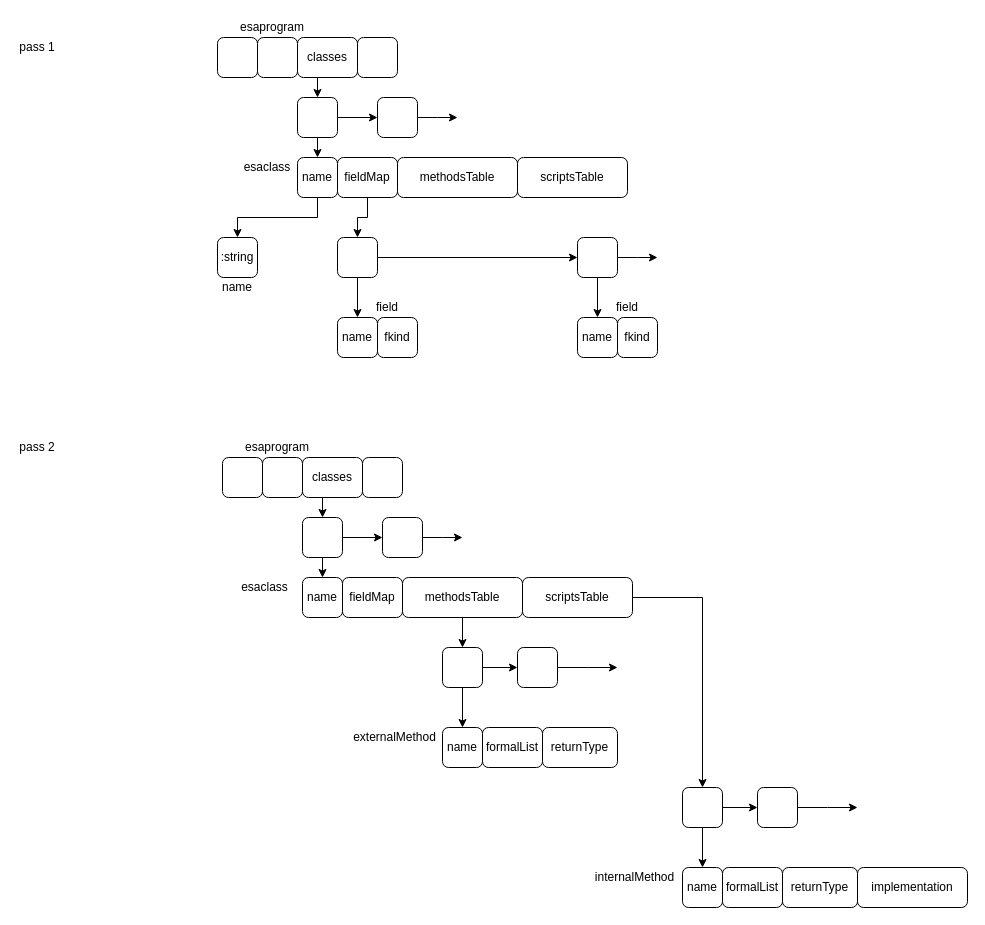
The draw.io diagram build_process/esa-transpiler/exprtypes.drawio in bmfbp/bmfbp, before the edit. Source tidied: cells renumbered, new cells numbered last; positions are measured from the earlier drawing's top-left corner, leaving out a move shared by most shapes. Both pictures are drawn from the tidied source at 100%, with x=0, y=0 at pixel (17, 17).
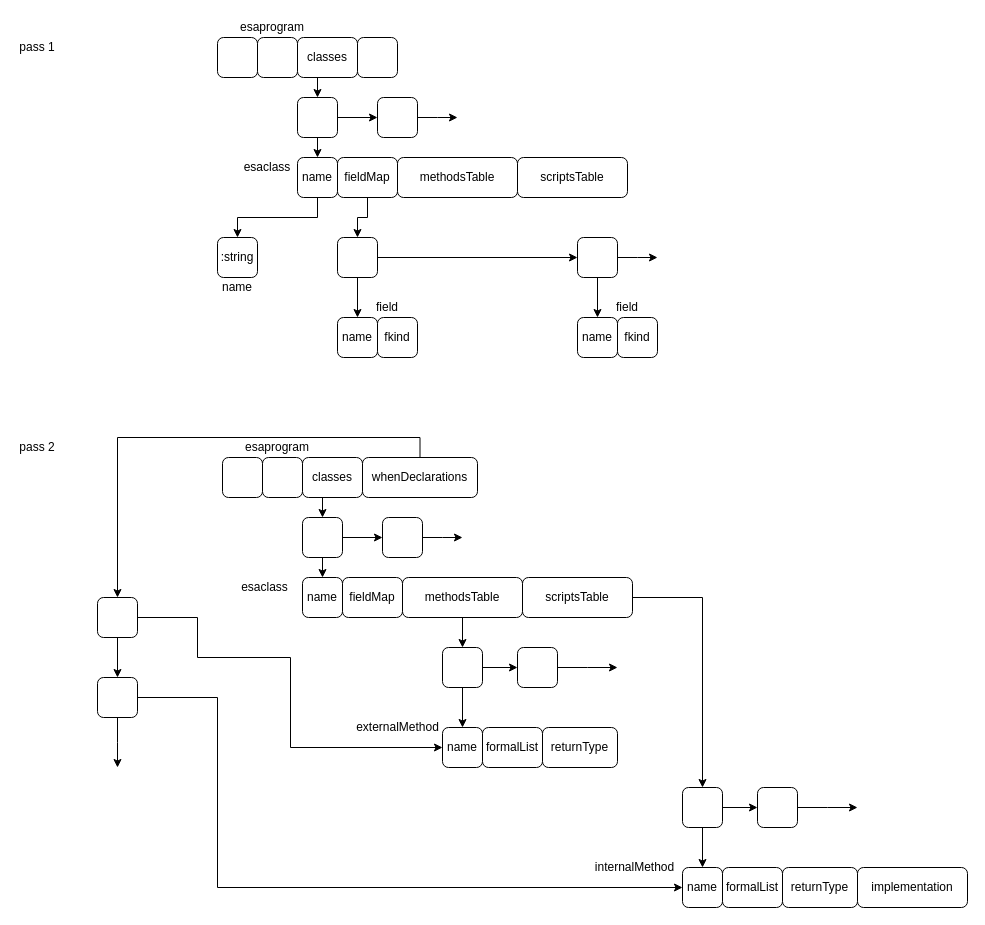
The same diagram, later.

The change refers to these unchanged cells:
```xml
<mxCell id="54" value="name" style="rounded=1;whiteSpace=wrap;html=1;" parent="1" vertex="1">
  <mxGeometry x="425" y="710" width="40" height="40" as="geometry" />
</mxCell>
<mxCell id="63" value="name" style="rounded=1;whiteSpace=wrap;html=1;" parent="1" vertex="1">
  <mxGeometry x="665" y="850" width="40" height="40" as="geometry" />
</mxCell>
```

Change to the diagram source:
```diff
@@
+    <mxCell id="73" style="edgeStyle=orthogonalEdgeStyle;rounded=0;jettySize=auto;html=1;exitX=0.5;exitY=0;exitDx=0;exitDy=0;entryX=0.5;entryY=0;entryDx=0;entryDy=0;" parent="1" edge="1" source="39" target="76">
+      <mxGeometry relative="1" as="geometry" />
+    </mxCell>
-    <mxCell id="39" style="rounded=1;whiteSpace=wrap;html=1;" parent="1" vertex="1">
-      <mxGeometry x="345" y="440" width="40" height="40" as="geometry" />
+    <mxCell id="39" value="whenDeclarations" style="rounded=1;whiteSpace=wrap;html=1;" parent="1" vertex="1">
+      <mxGeometry x="345" y="440" width="115" height="40" as="geometry" />
     </mxCell>
@@
     <mxCell id="56" value="externalMethod" style="text;html=1;strokeColor=none;fillColor=none;align=center;verticalAlign=middle;whiteSpace=wrap;rounded=0;" parent="1" vertex="1">
-      <mxGeometry x="330" y="710" width="95" height="20" as="geometry" />
+      <mxGeometry x="332.5" y="700" width="95" height="20" as="geometry" />
     </mxCell>
@@
     <mxCell id="65" value="internalMethod" style="text;html=1;strokeColor=none;fillColor=none;align=center;verticalAlign=middle;whiteSpace=wrap;rounded=0;" parent="1" vertex="1">
-      <mxGeometry x="570" y="850" width="95" height="20" as="geometry" />
+      <mxGeometry x="570" y="840" width="95" height="20" as="geometry" />
     </mxCell>
@@
+    <mxCell id="74" style="edgeStyle=orthogonalEdgeStyle;rounded=0;jettySize=auto;html=1;exitX=0.5;exitY=1;exitDx=0;exitDy=0;entryX=0.5;entryY=0;entryDx=0;entryDy=0;" parent="1" edge="1" source="76" target="79">
+      <mxGeometry relative="1" as="geometry" />
+    </mxCell>
+    <mxCell id="75" style="edgeStyle=orthogonalEdgeStyle;rounded=0;jettySize=auto;html=1;exitX=1;exitY=0.5;exitDx=0;exitDy=0;entryX=0;entryY=0.5;entryDx=0;entryDy=0;" parent="1" edge="1" source="76" target="54">
+      <mxGeometry relative="1" as="geometry">
+        <Array as="points">
+          <mxPoint x="180" y="600" />
+          <mxPoint x="180" y="640" />
+          <mxPoint x="273" y="640" />
+          <mxPoint x="273" y="730" />
+        </Array>
+      </mxGeometry>
+    </mxCell>
+    <mxCell id="76" style="rounded=1;whiteSpace=wrap;html=1;" parent="1" vertex="1">
+      <mxGeometry x="80" y="580" width="40" height="40" as="geometry" />
+    </mxCell>
+    <mxCell id="77" style="edgeStyle=orthogonalEdgeStyle;rounded=0;jettySize=auto;html=1;exitX=0.5;exitY=1;exitDx=0;exitDy=0;" parent="1" edge="1" source="79">
+      <mxGeometry relative="1" as="geometry">
+        <mxPoint x="100" y="750" as="targetPoint" />
+      </mxGeometry>
+    </mxCell>
+    <mxCell id="78" style="edgeStyle=orthogonalEdgeStyle;rounded=0;jettySize=auto;html=1;exitX=1;exitY=0.5;exitDx=0;exitDy=0;entryX=0;entryY=0.5;entryDx=0;entryDy=0;" parent="1" edge="1" source="79" target="63">
+      <mxGeometry relative="1" as="geometry">
+        <Array as="points">
+          <mxPoint x="200" y="680" />
+          <mxPoint x="200" y="870" />
+        </Array>
+      </mxGeometry>
+    </mxCell>
+    <mxCell id="79" style="rounded=1;whiteSpace=wrap;html=1;" parent="1" vertex="1">
+      <mxGeometry x="80" y="660" width="40" height="40" as="geometry" />
+    </mxCell>
```
